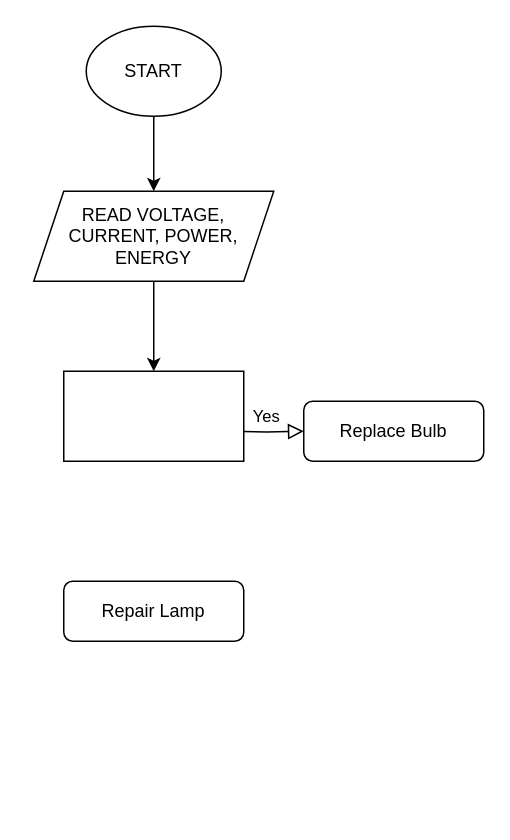
Adeolu-Aremu/AIoT-Energy-Meter keeps this draw.io diagram as Untitled Diagram.drawio. Above is the earlier version. Source tidied: cells renumbered, new cells numbered last; positions are measured from the earlier drawing's top-left corner, leaving out a move shared by most shapes. Both pictures are drawn from the tidied source at 150%, with x=0, y=0 at pixel (33, 26).
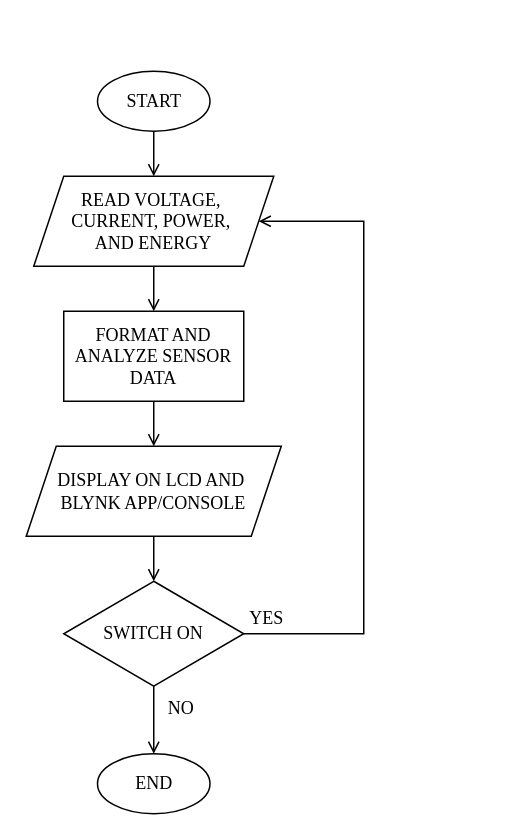
The same page after the edit.

The edit, as a diff of the source:
```diff
@@
 <mxGraphModel>
   <root>
     <mxCell id="0" />
     <mxCell id="1" parent="0" />
-    <mxCell id="2" value="Yes" style="edgeStyle=orthogonalEdgeStyle;rounded=0;html=1;jettySize=auto;fontSize=11;endArrow=block;endFill=0;endSize=8;strokeWidth=1;shadow=0;labelBackgroundColor=none;" parent="1" edge="1" target="4">
-      <mxGeometry y="10" relative="1" as="geometry">
-        <mxPoint x="130" y="270" as="sourcePoint" />
-      </mxGeometry>
-    </mxCell>
-    <mxCell id="3" value="Repair Lamp" style="rounded=1;whiteSpace=wrap;html=1;fontSize=12;glass=0;strokeWidth=1;shadow=0;" parent="1" vertex="1">
-      <mxGeometry x="20" y="370" width="120" height="40" as="geometry" />
-    </mxCell>
-    <mxCell id="4" value="Replace Bulb" style="rounded=1;whiteSpace=wrap;html=1;fontSize=12;glass=0;strokeWidth=1;shadow=0;" parent="1" vertex="1">
-      <mxGeometry x="180" y="250" width="120" height="40" as="geometry" />
-    </mxCell>
-    <mxCell id="5" style="edgeStyle=orthogonalEdgeStyle;rounded=0;jettySize=auto;html=1;" parent="1" edge="1" source="6" target="8">
+    <mxCell id="5" style="edgeStyle=orthogonalEdgeStyle;rounded=0;jettySize=auto;html=1;endArrow=open;endFill=0;" parent="1" edge="1" source="6" target="8">
       <mxGeometry relative="1" as="geometry" />
     </mxCell>
-    <mxCell id="6" value="START" style="ellipse;whiteSpace=wrap;html=1;" parent="1" vertex="1">
-      <mxGeometry x="35" width="90" height="60" as="geometry" />
+    <mxCell id="6" value="&lt;font face=&quot;Times New Roman&quot;&gt;START&lt;/font&gt;" style="ellipse;whiteSpace=wrap;html=1;" parent="1" vertex="1">
+      <mxGeometry x="42.5" y="30" width="75" height="40" as="geometry" />
     </mxCell>
-    <mxCell id="7" style="edgeStyle=orthogonalEdgeStyle;rounded=0;jettySize=auto;html=1;" parent="1" edge="1" source="8" target="9">
+    <mxCell id="7" style="edgeStyle=orthogonalEdgeStyle;rounded=0;jettySize=auto;html=1;endArrow=open;endFill=0;" parent="1" edge="1" source="8" target="9">
       <mxGeometry relative="1" as="geometry" />
     </mxCell>
-    <mxCell id="8" value="READ VOLTAGE, CURRENT, POWER, ENERGY" style="shape=parallelogram;perimeter=parallelogramPerimeter;whiteSpace=wrap;html=1;fixedSize=1;" parent="1" vertex="1">
-      <mxGeometry y="110" width="160" height="60" as="geometry" />
+    <mxCell id="8" value="&lt;font face=&quot;Times New Roman&quot;&gt;READ VOLTAGE,&amp;nbsp;&lt;/font&gt;&lt;div&gt;&lt;span style=&quot;background-color: transparent; color: light-dark(rgb(0, 0, 0), rgb(255, 255, 255)); font-family: &amp;quot;Times New Roman&amp;quot;;&quot;&gt;CURRENT, POWER,&amp;nbsp;&lt;/span&gt;&lt;div&gt;&lt;span style=&quot;background-color: transparent; color: light-dark(rgb(0, 0, 0), rgb(255, 255, 255)); font-family: &amp;quot;Times New Roman&amp;quot;;&quot;&gt;AND ENERGY&lt;/span&gt;&lt;/div&gt;&lt;/div&gt;" style="shape=parallelogram;perimeter=parallelogramPerimeter;whiteSpace=wrap;html=1;fixedSize=1;" parent="1" vertex="1">
+      <mxGeometry y="100" width="160" height="60" as="geometry" />
     </mxCell>
-    <mxCell id="9" style="rounded=0;whiteSpace=wrap;html=1;" parent="1" vertex="1">
-      <mxGeometry x="20" y="230" width="120" height="60" as="geometry" />
+    <mxCell id="9" value="&lt;font face=&quot;Times New Roman&quot;&gt;FORMAT AND ANALYZE SENSOR DATA&lt;/font&gt;" style="rounded=0;whiteSpace=wrap;html=1;" parent="1" vertex="1">
+      <mxGeometry x="20" y="190" width="120" height="60" as="geometry" />
     </mxCell>
+    <mxCell id="10" style="edgeStyle=orthogonalEdgeStyle;rounded=0;jettySize=auto;html=1;endArrow=open;endFill=0;entryX=0.5;entryY=0;entryDx=0;entryDy=0;entryPerimeter=0;" parent="1" edge="1" source="11" target="16">
+      <mxGeometry relative="1" as="geometry" />
+    </mxCell>
+    <mxCell id="11" value="&lt;font face=&quot;Times New Roman&quot;&gt;DISPLAY ON LCD AND&amp;nbsp;&lt;/font&gt;&lt;div&gt;&lt;font face=&quot;Times New Roman&quot;&gt;BLYNK APP/CONSOLE&lt;/font&gt;&lt;/div&gt;" style="shape=parallelogram;perimeter=parallelogramPerimeter;whiteSpace=wrap;html=1;fixedSize=1;" parent="1" vertex="1">
+      <mxGeometry x="-5" y="280" width="170" height="60" as="geometry" />
+    </mxCell>
+    <mxCell id="12" value="&lt;font face=&quot;Times New Roman&quot;&gt;END&lt;/font&gt;" style="ellipse;whiteSpace=wrap;html=1;" parent="1" vertex="1">
+      <mxGeometry x="42.5" y="485" width="75" height="40" as="geometry" />
+    </mxCell>
+    <mxCell id="13" style="endArrow=open;html=1;rounded=0;exitX=0.5;exitY=1;exitDx=0;exitDy=0;entryX=0.5;entryY=0;entryDx=0;entryDy=0;endFill=0;" parent="1" edge="1" source="9" target="11">
+      <mxGeometry relative="1" as="geometry" />
+    </mxCell>
+    <mxCell id="14" style="endArrow=open;html=1;rounded=0;exitX=1;exitY=0.5;exitDx=0;exitDy=0;entryX=1;entryY=0.5;entryDx=0;entryDy=0;endFill=0;exitPerimeter=0;" parent="1" edge="1" source="16" target="8">
+      <mxGeometry relative="1" as="geometry">
+        <Array as="points">
+          <mxPoint x="220" y="405" />
+          <mxPoint x="220" y="130" />
+        </Array>
+      </mxGeometry>
+    </mxCell>
+    <mxCell id="15" style="edgeStyle=orthogonalEdgeStyle;rounded=0;jettySize=auto;html=1;endArrow=open;endFill=0;" parent="1" edge="1" source="16" target="12">
+      <mxGeometry relative="1" as="geometry" />
+    </mxCell>
+    <mxCell id="16" value="&lt;font face=&quot;Times New Roman&quot;&gt;SWITCH ON&lt;/font&gt;" style="strokeWidth=1;html=1;shape=mxgraph.flowchart.decision;whiteSpace=wrap;" parent="1" vertex="1">
+      <mxGeometry x="20" y="370" width="120" height="70" as="geometry" />
+    </mxCell>
+    <mxCell id="17" value="&lt;h6&gt;&lt;span style=&quot;color: light-dark(rgb(0, 0, 0), rgb(255, 255, 255)); font-weight: normal;&quot;&gt;&lt;font style=&quot;font-size: 12px;&quot; face=&quot;Times New Roman&quot;&gt;YES&lt;/font&gt;&lt;/span&gt;&lt;/h6&gt;&lt;div&gt;&lt;/div&gt;" style="text;html=1;align=center;verticalAlign=middle;strokeColor=none;fillColor=none;" parent="1" vertex="1">
+      <mxGeometry x="130" y="360" width="50" height="70" as="geometry" />
+    </mxCell>
+    <mxCell id="18" value="&lt;h6&gt;&lt;span style=&quot;color: light-dark(rgb(0, 0, 0), rgb(255, 255, 255)); font-weight: normal;&quot;&gt;&lt;font style=&quot;font-size: 12px;&quot; face=&quot;Times New Roman&quot;&gt;NO&lt;/font&gt;&lt;/span&gt;&lt;/h6&gt;&lt;div&gt;&lt;/div&gt;" style="text;html=1;align=center;verticalAlign=middle;strokeColor=none;fillColor=none;" parent="1" vertex="1">
+      <mxGeometry x="77.5" y="420" width="40" height="70" as="geometry" />
+    </mxCell>
   </root>
 </mxGraphModel>
```
